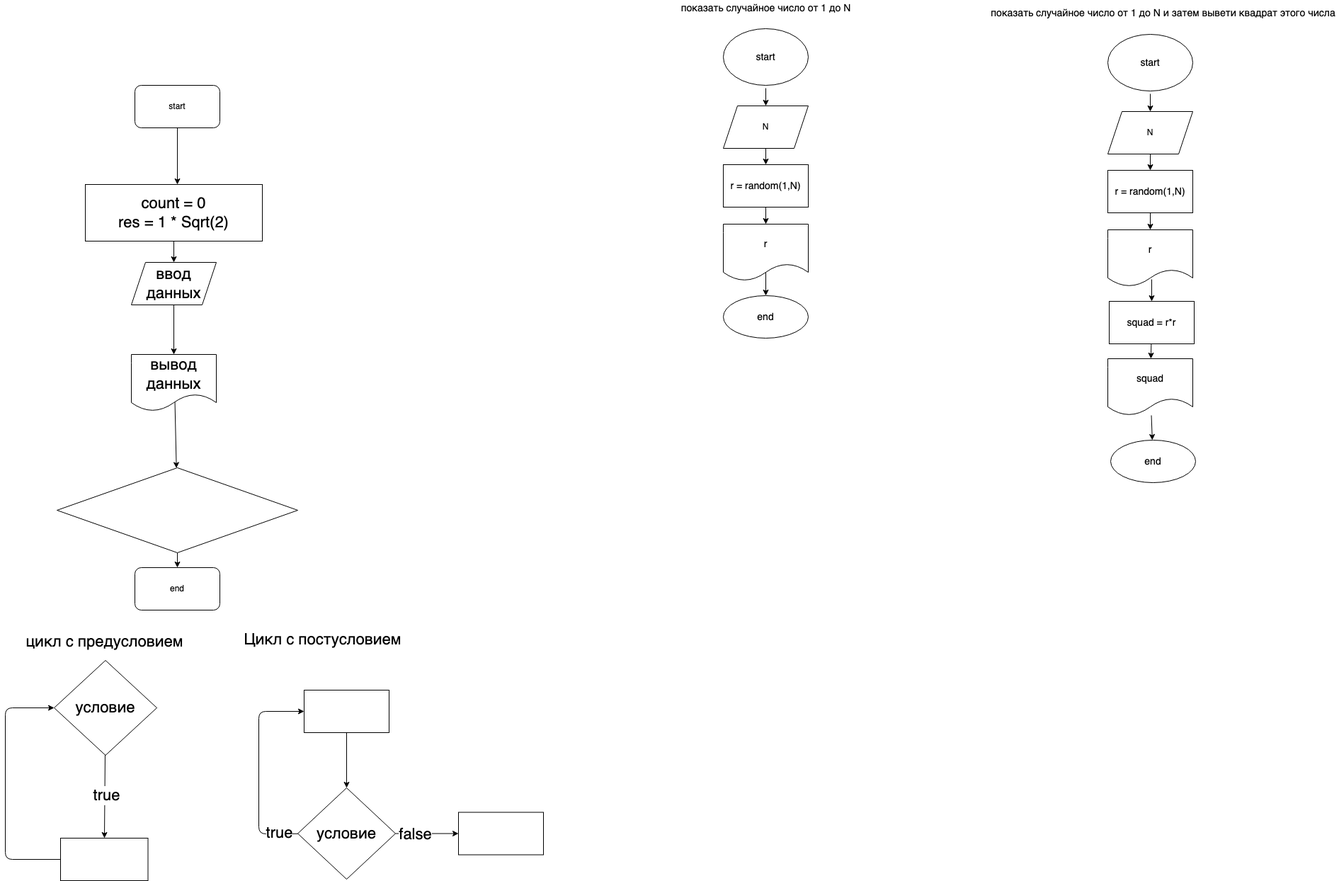
Above: practice_temp/ex0001.drawio.png in AlexanderRostovshchikov/practice_temp (draw.io), before the change. Source tidied: cells renumbered, new cells last; positions are measured from the earlier drawing's top-left corner, leaving out a move shared by most shapes.
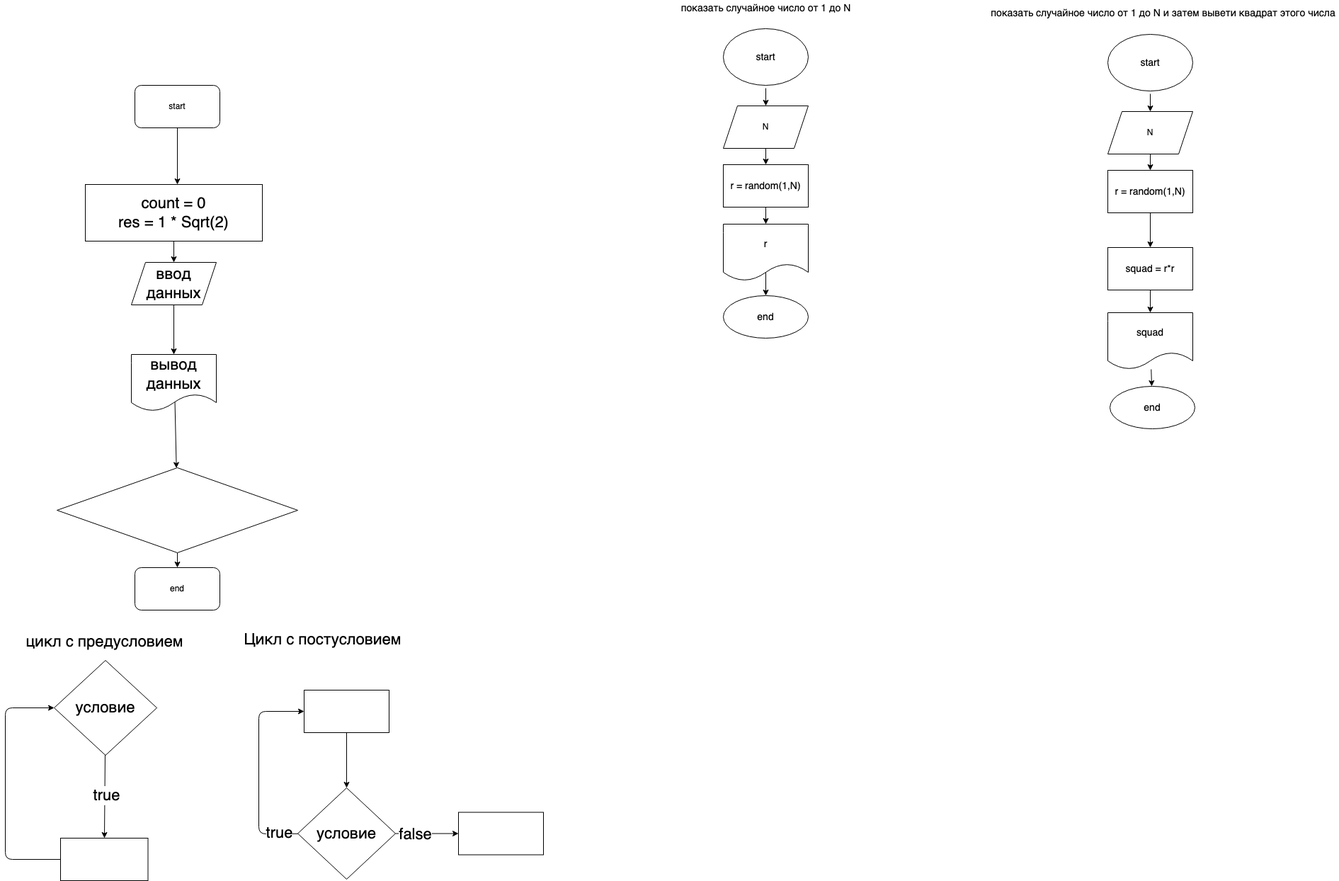
Above is the later version.

Commit message:
показать случайное число от 1 до N и затем вывети квадрат этого числа

What changed in the source:
```diff
@@ -137,17 +137,14 @@
     <mxCell id="40" value="N" style="shape=parallelogram;perimeter=parallelogramPerimeter;whiteSpace=wrap;html=1;fixedSize=1;rounded=0;" parent="1" vertex="1">
       <mxGeometry x="1557" y="157" width="120" height="60" as="geometry" />
     </mxCell>
-    <mxCell id="41" style="edgeStyle=none;html=1;fontSize=14;" parent="1" edge="1" source="42" target="43">
-      <mxGeometry relative="1" as="geometry" />
-    </mxCell>
+    <mxCell id="52" style="edgeStyle=none;html=1;entryX=0.5;entryY=0;entryDx=0;entryDy=0;fontSize=14;" parent="1" edge="1" source="42" target="48">
+      <mxGeometry relative="1" as="geometry" />
+    </mxCell>
     <mxCell id="42" value="r = random(1,N)" style="rounded=0;whiteSpace=wrap;html=1;fontSize=14;" parent="1" vertex="1">
       <mxGeometry x="1557" y="240" width="120" height="60" as="geometry" />
     </mxCell>
-    <mxCell id="43" value="r" style="shape=document;whiteSpace=wrap;html=1;boundedLbl=1;fontSize=14;rounded=0;" parent="1" vertex="1">
-      <mxGeometry x="1557" y="324" width="120" height="80" as="geometry" />
-    </mxCell>
     <mxCell id="44" value="end" style="ellipse;whiteSpace=wrap;html=1;fontSize=14;rounded=0;" parent="1" vertex="1">
-      <mxGeometry x="1561" y="621" width="120" height="60" as="geometry" />
+      <mxGeometry x="1560" y="545" width="120" height="60" as="geometry" />
     </mxCell>
     <mxCell id="45" value="start" style="ellipse;whiteSpace=wrap;html=1;rounded=0;fontSize=14;" parent="1" vertex="1">
       <mxGeometry x="1557" y="48" width="120" height="80" as="geometry" />
@@ -159,21 +156,13 @@
       <mxGeometry relative="1" as="geometry" />
     </mxCell>
     <mxCell id="48" value="squad = r*r" style="rounded=0;whiteSpace=wrap;html=1;fontSize=14;" parent="1" vertex="1">
-      <mxGeometry x="1559" y="425" width="120" height="60" as="geometry" />
+      <mxGeometry x="1557" y="349" width="120" height="60" as="geometry" />
     </mxCell>
     <mxCell id="49" style="edgeStyle=none;html=1;fontSize=14;" parent="1" edge="1" source="50" target="44">
       <mxGeometry relative="1" as="geometry" />
     </mxCell>
     <mxCell id="50" value="squad" style="shape=document;whiteSpace=wrap;html=1;boundedLbl=1;rounded=0;fontSize=14;" parent="1" vertex="1">
-      <mxGeometry x="1557" y="506" width="120" height="80" as="geometry" />
+      <mxGeometry x="1557" y="441" width="120" height="80" as="geometry" />
     </mxCell>
-    <mxCell id="51" style="endArrow=classic;html=1;fontSize=14;entryX=0.5;entryY=0;entryDx=0;entryDy=0;" parent="1" edge="1" target="48">
-      <mxGeometry relative="1" as="geometry">
-        <mxPoint x="1619" y="394" as="sourcePoint" />
-        <Array as="points">
-          <mxPoint x="1619" y="394" />
-        </Array>
-      </mxGeometry>
-    </mxCell>
   </root>
 </mxGraphModel>
```
